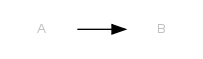
Earlier version of the Graphviz export doc/source/images/relaciones/a_derecha.dot.png (hugoruscitti/quickdiagrams). Its source is kept beside it as doc/source/images/relaciones/a_derecha.dot. Its diagram source:
```dot
digraph G
{
    graph [rankdir=LR]
    node [shape=box, fontsize="10", fontcolor=grey, color=white]
    edge [fontsize="10"]
    A -> B
}
```
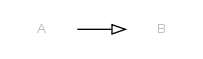
The same file after the commit.

Diff of the diagram source:
```diff
@@ -2,6 +2,6 @@
 {
     graph [rankdir=LR]
     node [shape=box, fontsize="10", fontcolor=grey, color=white]
-    edge [fontsize="10"]
+    edge [arrowhead=empty, fontsize="10"]
     A -> B
 }
```
